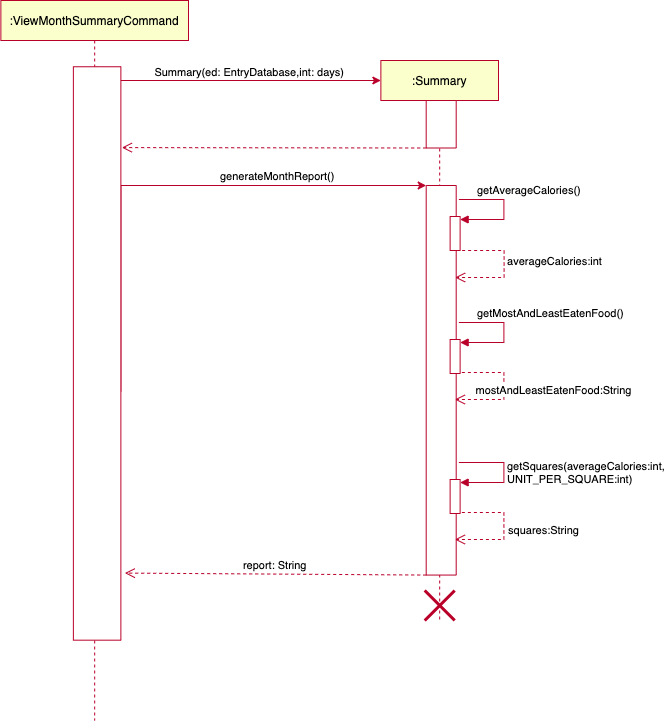
Before: docs/diagrams-DG/monthly report.png, a diagram exported from draw.io (praj-bellakka/tp). Source tidied: cells renumbered, new cells last; positions are measured from the earlier drawing's top-left corner, leaving out a move shared by most shapes.
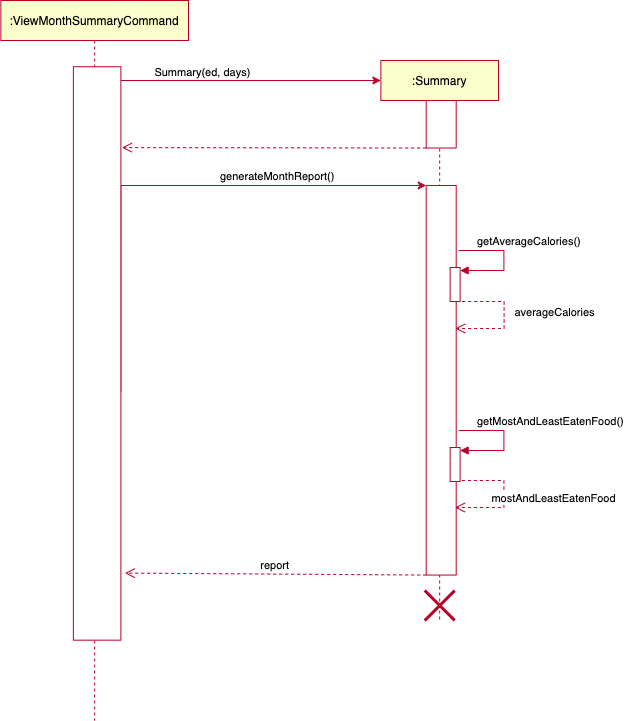
After the change.

Change to the diagram source:
```diff
@@ -12,73 +12,49 @@
       <mxGeometry x="-134.4" y="304.8" width="389.6" height="30" as="geometry" />
     </mxCell>
     <mxCell id="5" style="html=1;perimeter=orthogonalPerimeter;strokeColor=#b90029;" parent="2" vertex="1">
-      <mxGeometry x="69.2" y="156" width="10" height="34" as="geometry" />
+      <mxGeometry x="69.2" y="207" width="10" height="34" as="geometry" />
     </mxCell>
     <mxCell id="6" value="getAverageCalories()" style="edgeStyle=orthogonalEdgeStyle;html=1;align=left;spacingLeft=2;endArrow=block;rounded=0;entryX=1;entryY=0;strokeColor=#b90029;" parent="2" edge="1">
       <mxGeometry x="-0.73" y="9" relative="1" as="geometry">
-        <mxPoint x="78" y="139" as="sourcePoint" />
-        <mxPoint x="79.2" y="159" as="targetPoint" />
+        <mxPoint x="78" y="190" as="sourcePoint" />
+        <mxPoint x="79.2" y="210" as="targetPoint" />
         <Array as="points">
-          <mxPoint x="123" y="139" />
-          <mxPoint x="123" y="159" />
+          <mxPoint x="123" y="190" />
+          <mxPoint x="123" y="210" />
         </Array>
       </mxGeometry>
     </mxCell>
     <mxCell id="7" style="html=1;perimeter=orthogonalPerimeter;strokeColor=#b90029;" parent="2" vertex="1">
-      <mxGeometry x="69.2" y="279" width="10" height="34" as="geometry" />
+      <mxGeometry x="69.2" y="387" width="10" height="34" as="geometry" />
     </mxCell>
     <mxCell id="8" value="getMostAndLeastEatenFood()" style="edgeStyle=orthogonalEdgeStyle;html=1;align=left;spacingLeft=2;endArrow=block;rounded=0;entryX=1;entryY=0;strokeColor=#b90029;" parent="2" edge="1">
       <mxGeometry x="-0.73" y="9" relative="1" as="geometry">
-        <mxPoint x="78" y="262" as="sourcePoint" />
-        <mxPoint x="79.2" y="282" as="targetPoint" />
+        <mxPoint x="78" y="370" as="sourcePoint" />
+        <mxPoint x="79.2" y="390" as="targetPoint" />
         <Array as="points">
-          <mxPoint x="123" y="262" />
-          <mxPoint x="123" y="282" />
+          <mxPoint x="123" y="370" />
+          <mxPoint x="123" y="390" />
         </Array>
       </mxGeometry>
     </mxCell>
-    <mxCell id="9" value="mostAndLeastEatenFood:String" style="html=1;verticalAlign=bottom;endArrow=open;dashed=1;endSize=8;rounded=0;edgeStyle=orthogonalEdgeStyle;exitX=1.175;exitY=0.794;exitDx=0;exitDy=0;exitPerimeter=0;strokeColor=#b90029;" parent="2" edge="1">
+    <mxCell id="9" value="mostAndLeastEatenFood" style="html=1;verticalAlign=bottom;endArrow=open;dashed=1;endSize=8;rounded=0;edgeStyle=orthogonalEdgeStyle;exitX=1.175;exitY=0.794;exitDx=0;exitDy=0;exitPerimeter=0;strokeColor=#b90029;" parent="2" edge="1">
       <mxGeometry x="0.17" y="-50" relative="1" as="geometry">
-        <mxPoint x="81" y="312" as="sourcePoint" />
-        <mxPoint x="74" y="339" as="targetPoint" />
+        <mxPoint x="81" y="420" as="sourcePoint" />
+        <mxPoint x="74" y="447" as="targetPoint" />
         <Array as="points">
-          <mxPoint x="123" y="312" />
-          <mxPoint x="123" y="339" />
+          <mxPoint x="123" y="420" />
+          <mxPoint x="123" y="447" />
         </Array>
         <mxPoint x="50" y="50" as="offset" />
       </mxGeometry>
     </mxCell>
-    <mxCell id="10" style="html=1;perimeter=orthogonalPerimeter;strokeColor=#b90029;" parent="2" vertex="1">
-      <mxGeometry x="69.2" y="419" width="10" height="34" as="geometry" />
-    </mxCell>
-    <mxCell id="11" value="getSquares(averageCalories:int, &lt;br&gt;UNIT_PER_SQUARE:int)" style="edgeStyle=orthogonalEdgeStyle;html=1;align=left;spacingLeft=2;endArrow=block;rounded=0;entryX=1;entryY=0;strokeColor=#b90029;" parent="2" edge="1">
-      <mxGeometry x="0.01" relative="1" as="geometry">
-        <mxPoint x="78" y="402" as="sourcePoint" />
-        <mxPoint x="79.2" y="422" as="targetPoint" />
-        <Array as="points">
-          <mxPoint x="123" y="402" />
-          <mxPoint x="123" y="422" />
-        </Array>
-      </mxGeometry>
-    </mxCell>
-    <mxCell id="12" value="squares:String" style="html=1;verticalAlign=bottom;endArrow=open;dashed=1;endSize=8;rounded=0;edgeStyle=orthogonalEdgeStyle;exitX=1.175;exitY=0.794;exitDx=0;exitDy=0;exitPerimeter=0;strokeColor=#b90029;" parent="2" edge="1">
-      <mxGeometry x="0.17" y="-40" relative="1" as="geometry">
-        <mxPoint x="81" y="452" as="sourcePoint" />
-        <mxPoint x="74" y="479" as="targetPoint" />
-        <Array as="points">
-          <mxPoint x="123" y="452" />
-          <mxPoint x="123" y="479" />
-        </Array>
-        <mxPoint x="40" y="40" as="offset" />
-      </mxGeometry>
-    </mxCell>
-    <mxCell id="13" value="averageCalories:int" style="html=1;verticalAlign=bottom;endArrow=open;dashed=1;endSize=8;rounded=0;edgeStyle=orthogonalEdgeStyle;exitX=1.175;exitY=0.794;exitDx=0;exitDy=0;exitPerimeter=0;strokeColor=#b90029;" parent="2" edge="1">
+    <mxCell id="13" value="averageCalories" style="html=1;verticalAlign=bottom;endArrow=open;dashed=1;endSize=8;rounded=0;edgeStyle=orthogonalEdgeStyle;exitX=1.175;exitY=0.794;exitDx=0;exitDy=0;exitPerimeter=0;strokeColor=#b90029;" parent="2" edge="1">
       <mxGeometry x="0.05" y="50" relative="1" as="geometry">
-        <mxPoint x="81.2" y="190" as="sourcePoint" />
-        <mxPoint x="74.2" y="217" as="targetPoint" />
+        <mxPoint x="81.2" y="241" as="sourcePoint" />
+        <mxPoint x="74.2" y="268" as="targetPoint" />
         <Array as="points">
-          <mxPoint x="123.2" y="190" />
-          <mxPoint x="123.2" y="217" />
+          <mxPoint x="123.2" y="241" />
+          <mxPoint x="123.2" y="268" />
         </Array>
       </mxGeometry>
     </mxCell>
@@ -93,7 +69,7 @@
         </Array>
       </mxGeometry>
     </mxCell>
-    <mxCell id="16" value="&amp;nbsp; &amp;nbsp; &amp;nbsp; &amp;nbsp;Summary(ed: EntryDatabase,int: days)" style="edgeLabel;html=1;align=left;verticalAlign=bottom;" parent="15" vertex="1">
+    <mxCell id="16" value="&amp;nbsp; &amp;nbsp; &amp;nbsp; &amp;nbsp;Summary(ed, days)" style="edgeLabel;html=1;align=left;verticalAlign=bottom;" parent="15" vertex="1">
       <mxGeometry x="-1" relative="1" as="geometry">
         <mxPoint x="34" y="14" as="offset" />
       </mxGeometry>
@@ -121,7 +97,7 @@
     <mxCell id="21" style="rounded=0;whiteSpace=wrap;html=1;rotation=90;strokeColor=#b90029;" parent="20" vertex="1">
       <mxGeometry x="-190.5" y="329.2" width="573.4" height="47.5" as="geometry" />
     </mxCell>
-    <mxCell id="22" value="report: String" style="verticalAlign=bottom;endArrow=open;dashed=1;endSize=8;shadow=0;strokeWidth=1;entryX=0.883;entryY=-0.084;entryDx=0;entryDy=0;entryPerimeter=0;exitX=1;exitY=1;exitDx=0;exitDy=0;strokeColor=#b90029;" parent="1" edge="1" source="4" target="21">
+    <mxCell id="22" value="report" style="verticalAlign=bottom;endArrow=open;dashed=1;endSize=8;shadow=0;strokeWidth=1;entryX=0.883;entryY=-0.084;entryDx=0;entryDy=0;entryPerimeter=0;exitX=1;exitY=1;exitDx=0;exitDy=0;strokeColor=#b90029;" parent="1" edge="1" source="4" target="21">
       <mxGeometry relative="1" as="geometry" />
     </mxCell>
   </root>
```
